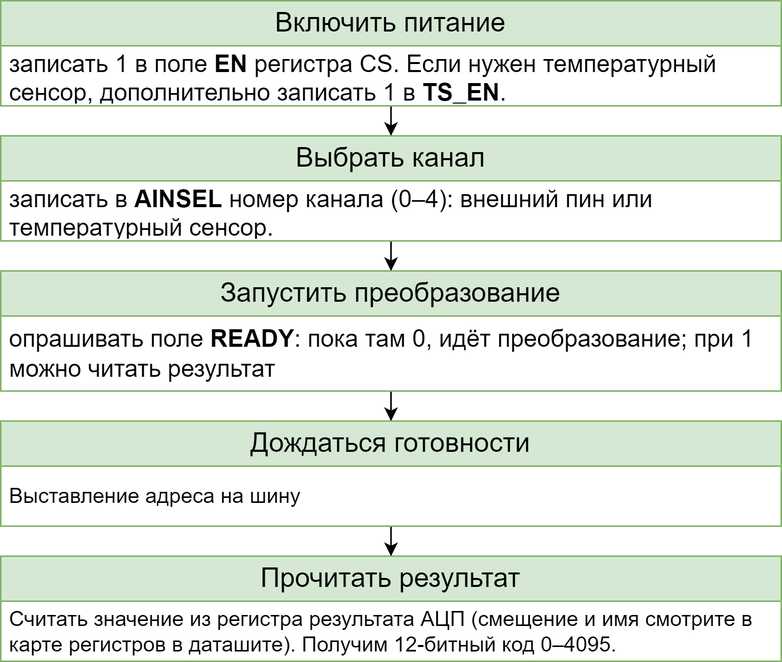
Earlier version of the draw.io export 3 Как работать с периферией микроконтроллера/Презентация/pics/Как происходит измерение.png (defthproof/mcu). Source tidied: cells renumbered, new cells last; positions are measured from the earlier drawing's top-left corner, leaving out a move shared by most shapes. Source of this version:
```xml
<mxGraphModel>
  <root>
    <mxCell id="0" />
    <mxCell id="1" parent="0" />
    <mxCell id="2" style="edgeStyle=orthogonalEdgeStyle;rounded=0;jettySize=auto;html=1;entryX=0.5;entryY=0;entryDx=0;entryDy=0;" parent="1" edge="1" source="3" target="6">
      <mxGeometry relative="1" as="geometry" />
    </mxCell>
    <mxCell id="3" value="&lt;font style=&quot;font-size: 18px;&quot;&gt;Включить питание&lt;/font&gt;" style="swimlane;fontStyle=0;horizontal=1;startSize=30;whiteSpace=wrap;html=1;fillColor=#d5e8d4;strokeColor=#82b366;" parent="1" vertex="1">
      <mxGeometry width="520" height="70" as="geometry" />
    </mxCell>
    <mxCell id="4" value="&lt;font style=&quot;font-size: 16px;&quot;&gt;записать 1 в поле &lt;b&gt;EN &lt;/b&gt;регистра CS. Если нужен температурный сенсор, дополнительно записать 1 в &lt;b&gt;TS_EN&lt;/b&gt;.&lt;/font&gt;" style="text;strokeColor=none;fillColor=none;align=left;verticalAlign=middle;spacingLeft=4;spacingRight=4;overflow=hidden;whiteSpace=wrap;html=1;" parent="3" vertex="1">
      <mxGeometry y="30" width="520" height="40" as="geometry" />
    </mxCell>
    <mxCell id="5" style="edgeStyle=orthogonalEdgeStyle;rounded=0;jettySize=auto;html=1;entryX=0.5;entryY=0;entryDx=0;entryDy=0;" parent="1" edge="1" source="6" target="9">
      <mxGeometry relative="1" as="geometry" />
    </mxCell>
    <mxCell id="6" value="&lt;font style=&quot;font-size: 18px;&quot;&gt;Выбрать канал&lt;/font&gt;" style="swimlane;fontStyle=0;horizontal=1;startSize=30;whiteSpace=wrap;html=1;fillColor=#d5e8d4;strokeColor=#82b366;" parent="1" vertex="1">
      <mxGeometry y="90" width="520" height="70" as="geometry" />
    </mxCell>
    <mxCell id="7" value="&lt;font style=&quot;font-size: 16px;&quot;&gt;записать в &lt;b&gt;AINSEL&lt;/b&gt;&amp;nbsp;номер канала (0–4): внешний пин или температурный сенсор.&lt;/font&gt;" style="text;strokeColor=none;fillColor=none;align=left;verticalAlign=middle;spacingLeft=4;spacingRight=4;overflow=hidden;whiteSpace=wrap;html=1;" parent="6" vertex="1">
      <mxGeometry y="30" width="520" height="40" as="geometry" />
    </mxCell>
    <mxCell id="8" style="edgeStyle=orthogonalEdgeStyle;rounded=0;jettySize=auto;html=1;entryX=0.5;entryY=0;entryDx=0;entryDy=0;" parent="1" edge="1" source="9" target="12">
      <mxGeometry relative="1" as="geometry" />
    </mxCell>
    <mxCell id="9" value="&lt;font style=&quot;font-size: 18px;&quot;&gt;Запустить преобразование&lt;/font&gt;" style="swimlane;fontStyle=0;horizontal=1;startSize=30;whiteSpace=wrap;html=1;fillColor=#d5e8d4;strokeColor=#82b366;" parent="1" vertex="1">
      <mxGeometry y="180" width="520" height="80" as="geometry" />
    </mxCell>
    <mxCell id="10" value="&lt;font style=&quot;font-size: 16px;&quot;&gt;опрашивать поле &lt;b&gt;READY&lt;/b&gt;: пока там 0, идёт преобразование; при 1 можно читать результат&lt;/font&gt;" style="text;strokeColor=none;fillColor=none;align=left;verticalAlign=middle;spacingLeft=4;spacingRight=4;overflow=hidden;whiteSpace=wrap;html=1;" parent="9" vertex="1">
      <mxGeometry y="30" width="520" height="50" as="geometry" />
    </mxCell>
    <mxCell id="11" style="edgeStyle=orthogonalEdgeStyle;rounded=0;jettySize=auto;html=1;entryX=0.5;entryY=0;entryDx=0;entryDy=0;" parent="1" edge="1" source="12" target="14">
      <mxGeometry relative="1" as="geometry" />
    </mxCell>
    <mxCell id="12" value="&lt;font style=&quot;font-size: 18px;&quot;&gt;Дождаться готовности&lt;/font&gt;" style="swimlane;fontStyle=0;horizontal=1;startSize=30;whiteSpace=wrap;html=1;fillColor=#d5e8d4;strokeColor=#82b366;" parent="1" vertex="1">
      <mxGeometry y="280" width="520" height="70" as="geometry" />
    </mxCell>
    <mxCell id="13" value="&lt;font style=&quot;font-size: 14px;&quot;&gt;Выставление адреса на шину&lt;/font&gt;" style="text;strokeColor=none;fillColor=none;align=left;verticalAlign=middle;spacingLeft=4;spacingRight=4;overflow=hidden;whiteSpace=wrap;html=1;" parent="12" vertex="1">
      <mxGeometry y="30" width="520" height="40" as="geometry" />
    </mxCell>
    <mxCell id="14" value="&lt;font style=&quot;font-size: 18px;&quot;&gt;Прочитать результат&lt;/font&gt;" style="swimlane;fontStyle=0;horizontal=1;startSize=30;whiteSpace=wrap;html=1;fillColor=#d5e8d4;strokeColor=#82b366;" parent="1" vertex="1">
      <mxGeometry y="370" width="520" height="70" as="geometry" />
    </mxCell>
    <mxCell id="15" value="&lt;font style=&quot;font-size: 14px;&quot;&gt;Считать значение из регистра результата АЦП (смещение и имя смотрите в карте регистров в даташите). Получим 12-битный код 0–4095.&lt;/font&gt;" style="text;strokeColor=none;fillColor=none;align=left;verticalAlign=middle;spacingLeft=4;spacingRight=4;overflow=hidden;whiteSpace=wrap;html=1;" parent="14" vertex="1">
      <mxGeometry y="30" width="520" height="40" as="geometry" />
    </mxCell>
  </root>
</mxGraphModel>
```
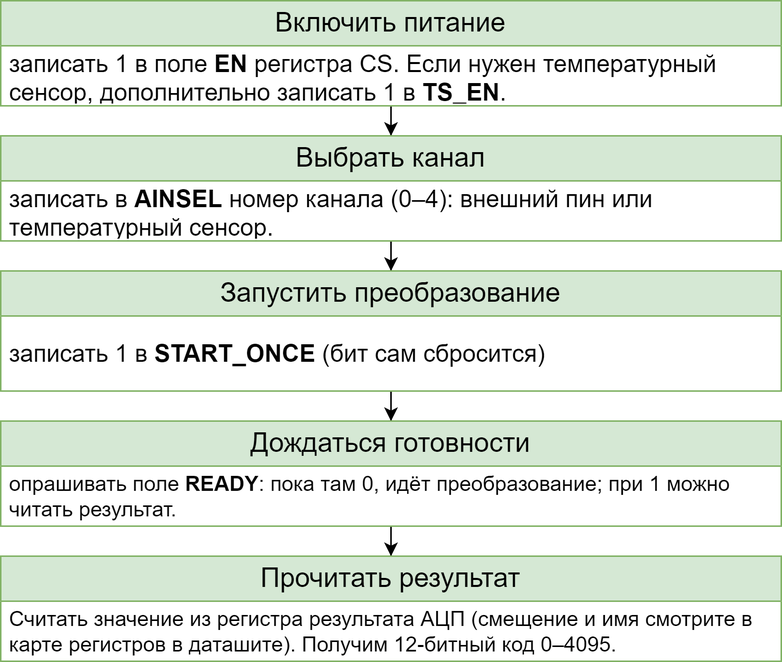
The same file after the commit.

Commit message:
Исправил схему в слайде с измерением

What changed in the source:
```diff
@@ -26,7 +26,7 @@
     <mxCell id="9" value="&lt;font style=&quot;font-size: 18px;&quot;&gt;Запустить преобразование&lt;/font&gt;" style="swimlane;fontStyle=0;horizontal=1;startSize=30;whiteSpace=wrap;html=1;fillColor=#d5e8d4;strokeColor=#82b366;" parent="1" vertex="1">
       <mxGeometry y="180" width="520" height="80" as="geometry" />
     </mxCell>
-    <mxCell id="10" value="&lt;font style=&quot;font-size: 16px;&quot;&gt;опрашивать поле &lt;b&gt;READY&lt;/b&gt;: пока там 0, идёт преобразование; при 1 можно читать результат&lt;/font&gt;" style="text;strokeColor=none;fillColor=none;align=left;verticalAlign=middle;spacingLeft=4;spacingRight=4;overflow=hidden;whiteSpace=wrap;html=1;" parent="9" vertex="1">
+    <mxCell id="10" value="&lt;span style=&quot;font-size: 16px;&quot;&gt;записать 1 в &lt;b&gt;START_ONCE&lt;/b&gt; (бит сам сбросится)&lt;/span&gt;" style="text;strokeColor=none;fillColor=none;align=left;verticalAlign=middle;spacingLeft=4;spacingRight=4;overflow=hidden;whiteSpace=wrap;html=1;" parent="9" vertex="1">
       <mxGeometry y="30" width="520" height="50" as="geometry" />
     </mxCell>
     <mxCell id="11" style="edgeStyle=orthogonalEdgeStyle;rounded=0;jettySize=auto;html=1;entryX=0.5;entryY=0;entryDx=0;entryDy=0;" parent="1" edge="1" source="12" target="14">
@@ -35,7 +35,7 @@
     <mxCell id="12" value="&lt;font style=&quot;font-size: 18px;&quot;&gt;Дождаться готовности&lt;/font&gt;" style="swimlane;fontStyle=0;horizontal=1;startSize=30;whiteSpace=wrap;html=1;fillColor=#d5e8d4;strokeColor=#82b366;" parent="1" vertex="1">
       <mxGeometry y="280" width="520" height="70" as="geometry" />
     </mxCell>
-    <mxCell id="13" value="&lt;font style=&quot;font-size: 14px;&quot;&gt;Выставление адреса на шину&lt;/font&gt;" style="text;strokeColor=none;fillColor=none;align=left;verticalAlign=middle;spacingLeft=4;spacingRight=4;overflow=hidden;whiteSpace=wrap;html=1;" parent="12" vertex="1">
+    <mxCell id="13" value="&lt;font style=&quot;font-size: 14px;&quot;&gt;опрашивать поле &lt;b&gt;READY&lt;/b&gt;: пока там 0, идёт преобразование; при 1 можно читать результат.&lt;/font&gt;" style="text;strokeColor=none;fillColor=none;align=left;verticalAlign=middle;spacingLeft=4;spacingRight=4;overflow=hidden;whiteSpace=wrap;html=1;" parent="12" vertex="1">
       <mxGeometry y="30" width="520" height="40" as="geometry" />
     </mxCell>
     <mxCell id="14" value="&lt;font style=&quot;font-size: 18px;&quot;&gt;Прочитать результат&lt;/font&gt;" style="swimlane;fontStyle=0;horizontal=1;startSize=30;whiteSpace=wrap;html=1;fillColor=#d5e8d4;strokeColor=#82b366;" parent="1" vertex="1">
```
